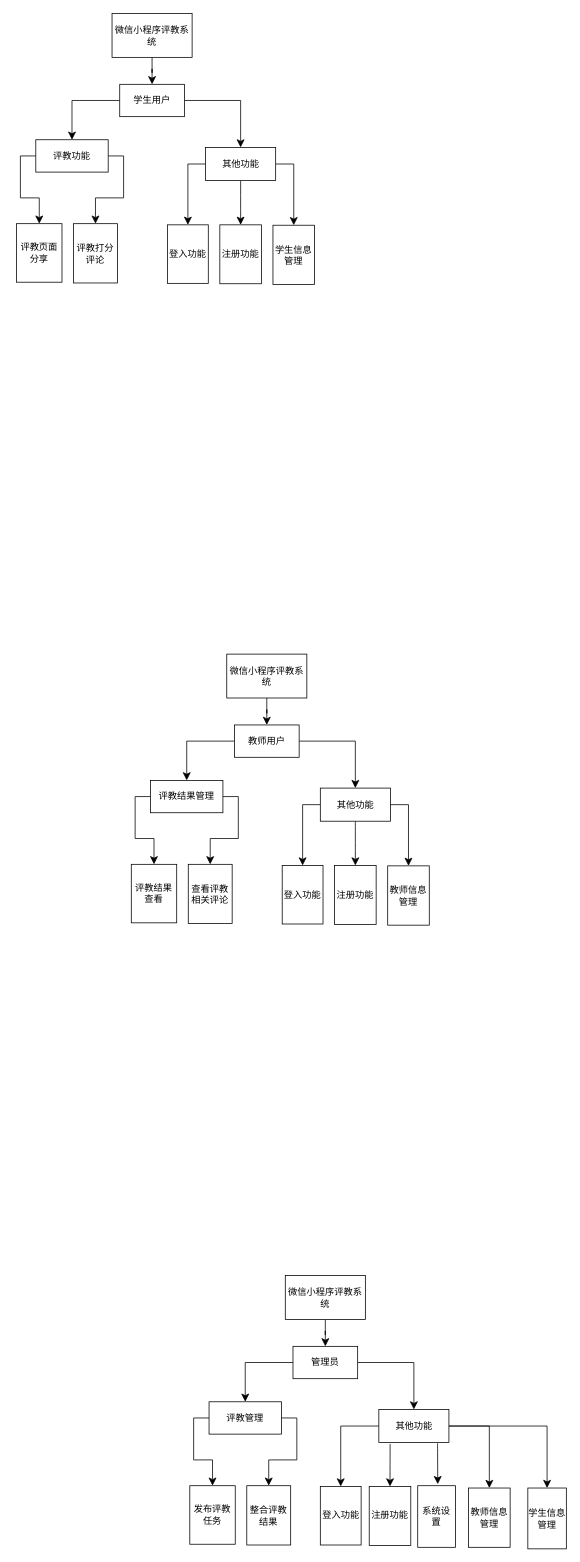
This is page "功能图" (6 of 7) of 未命名绘图.drawio from mao-user/2024code, a draw.io file, before an edit. Source tidied: cells renumbered, new cells numbered last; positions are measured from the earlier drawing's top-left corner, leaving out a move shared by most shapes. Both pictures are drawn from the tidied source at 77%, with x=0, y=0 at pixel (16, 13).
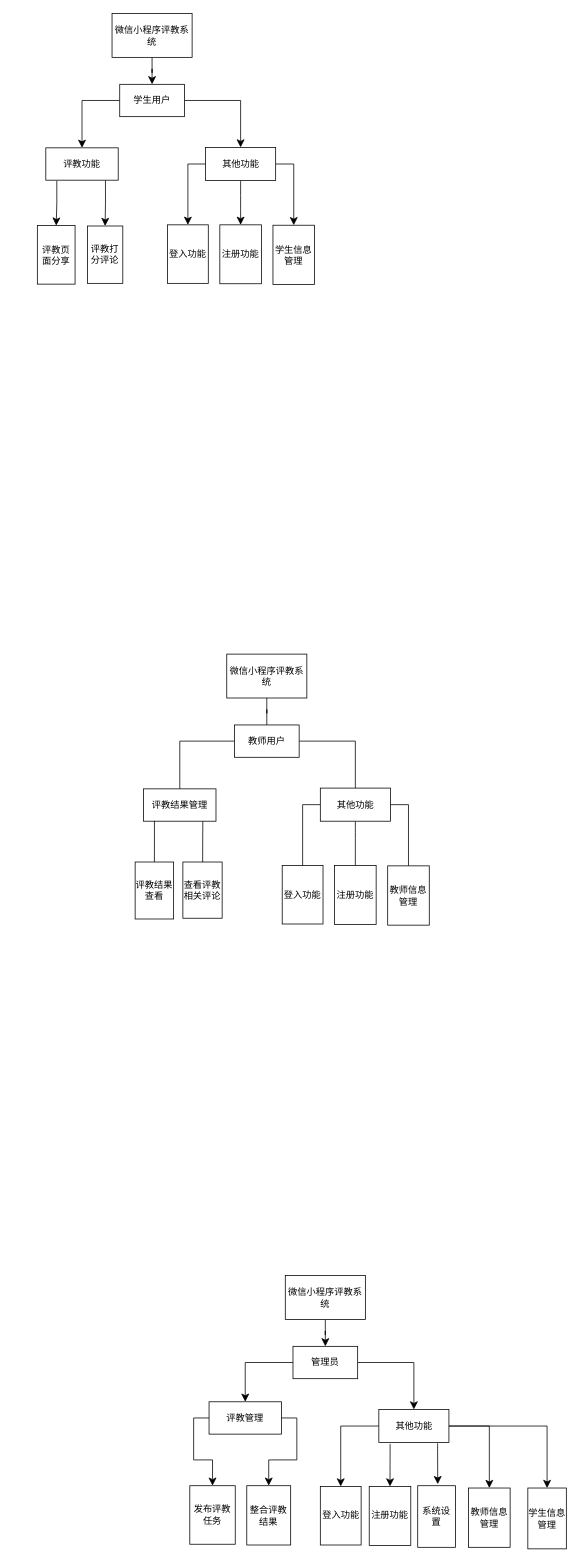
After the change.

Unchanged cells that the change refers to:
```xml
<mxCell id="20" value="微信小程序评教系统" style="rounded=0;whiteSpace=wrap;html=1;" parent="1" vertex="1">
  <mxGeometry x="273" y="832" width="104" height="57" as="geometry" />
</mxCell>
<mxCell id="23" value="教师用户" style="rounded=0;whiteSpace=wrap;html=1;" parent="1" vertex="1">
  <mxGeometry x="283" y="924" width="84" height="42" as="geometry" />
</mxCell>
<mxCell id="30" value="其他功能" style="rounded=0;whiteSpace=wrap;html=1;" parent="1" vertex="1">
  <mxGeometry x="394.5" y="1006" width="91" height="43" as="geometry" />
</mxCell>
<mxCell id="33" value="登入功能" style="rounded=0;whiteSpace=wrap;html=1;" parent="1" vertex="1">
  <mxGeometry x="345" y="1106.5" width="53" height="76" as="geometry" />
</mxCell>
<mxCell id="34" value="注册功能" style="rounded=0;whiteSpace=wrap;html=1;" parent="1" vertex="1">
  <mxGeometry x="413" y="1106.5" width="54" height="76.5" as="geometry" />
</mxCell>
<mxCell id="35" value="教师信息管理" style="rounded=0;whiteSpace=wrap;html=1;" parent="1" vertex="1">
  <mxGeometry x="482" y="1107" width="54" height="77" as="geometry" />
</mxCell>
```

What changed in the source:
```diff
@@
-    <mxCell id="7" style="edgeStyle=orthogonalEdgeStyle;rounded=0;jettySize=auto;html=1;exitX=0;exitY=0.5;exitDx=0;exitDy=0;entryX=0.5;entryY=0;entryDx=0;entryDy=0;fontSize=12;startSize=8;endSize=8;" parent="1" edge="1" source="9" target="14">
+    <mxCell id="7" style="edgeStyle=orthogonalEdgeStyle;rounded=0;jettySize=auto;html=1;exitX=0.152;exitY=1.016;exitDx=0;exitDy=0;entryX=0.5;entryY=0;entryDx=0;entryDy=0;fontSize=12;startSize=8;endSize=8;exitPerimeter=0;" parent="1" edge="1" source="9" target="14">
       <mxGeometry relative="1" as="geometry" />
     </mxCell>
-    <mxCell id="8" style="edgeStyle=orthogonalEdgeStyle;rounded=0;jettySize=auto;html=1;exitX=1;exitY=0.5;exitDx=0;exitDy=0;entryX=0.5;entryY=0;entryDx=0;entryDy=0;fontSize=12;startSize=8;endSize=8;" parent="1" edge="1" source="9" target="15">
+    <mxCell id="8" style="edgeStyle=orthogonalEdgeStyle;rounded=0;jettySize=auto;html=1;exitX=0.824;exitY=1;exitDx=0;exitDy=0;entryX=0.5;entryY=0;entryDx=0;entryDy=0;fontSize=12;startSize=8;endSize=8;exitPerimeter=0;" parent="1" edge="1" source="9" target="15">
       <mxGeometry relative="1" as="geometry" />
     </mxCell>
     <mxCell id="9" value="评教功能" style="rounded=0;whiteSpace=wrap;html=1;" parent="1" vertex="1">
-      <mxGeometry x="25" y="164" width="94" height="42" as="geometry" />
+      <mxGeometry x="38" y="174.5" width="94" height="42" as="geometry" />
     </mxCell>
@@
     <mxCell id="14" value="评教页面分享" style="rounded=0;whiteSpace=wrap;html=1;" parent="1" vertex="1">
-      <mxGeometry y="273" width="59" height="76" as="geometry" />
+      <mxGeometry x="27" y="275.5" width="49" height="76" as="geometry" />
     </mxCell>
     <mxCell id="15" value="评教打分评论" style="rounded=0;whiteSpace=wrap;html=1;" parent="1" vertex="1">
-      <mxGeometry x="74" y="273" width="57" height="77" as="geometry" />
+      <mxGeometry x="92" y="276" width="46" height="74.5" as="geometry" />
     </mxCell>
@@
-    <mxCell id="19" style="edgeStyle=orthogonalEdgeStyle;rounded=0;jettySize=auto;html=1;fontSize=12;startSize=8;endSize=8;" parent="1" edge="1" source="20" target="23">
+    <mxCell id="19" style="edgeStyle=orthogonalEdgeStyle;rounded=0;jettySize=auto;html=1;fontSize=12;startSize=8;endSize=8;endArrow=none;endFill=1;startFill=0;" parent="1" edge="1" source="20" target="23">
       <mxGeometry relative="1" as="geometry" />
     </mxCell>
@@
-    <mxCell id="21" style="edgeStyle=orthogonalEdgeStyle;rounded=0;jettySize=auto;html=1;entryX=0.5;entryY=0;entryDx=0;entryDy=0;fontSize=12;startSize=8;endSize=8;" parent="1" edge="1" source="23" target="26">
+    <mxCell id="21" style="edgeStyle=orthogonalEdgeStyle;rounded=0;jettySize=auto;html=1;entryX=0.5;entryY=0;entryDx=0;entryDy=0;fontSize=12;startSize=8;endSize=8;endArrow=none;startFill=0;" parent="1" edge="1" source="23" target="26">
       <mxGeometry relative="1" as="geometry" />
     </mxCell>
-    <mxCell id="22" style="edgeStyle=orthogonalEdgeStyle;rounded=0;jettySize=auto;html=1;entryX=0.5;entryY=0;entryDx=0;entryDy=0;fontSize=12;startSize=8;endSize=8;exitX=1;exitY=0.5;exitDx=0;exitDy=0;" parent="1" edge="1" source="23" target="30">
+    <mxCell id="22" style="edgeStyle=orthogonalEdgeStyle;rounded=0;jettySize=auto;html=1;entryX=0.5;entryY=0;entryDx=0;entryDy=0;fontSize=12;startSize=8;endSize=8;exitX=1;exitY=0.5;exitDx=0;exitDy=0;endArrow=none;startFill=0;" parent="1" edge="1" source="23" target="30">
       <mxGeometry relative="1" as="geometry" />
     </mxCell>
@@
-    <mxCell id="24" style="edgeStyle=orthogonalEdgeStyle;rounded=0;jettySize=auto;html=1;exitX=0;exitY=0.5;exitDx=0;exitDy=0;entryX=0.5;entryY=0;entryDx=0;entryDy=0;fontSize=12;startSize=8;endSize=8;" parent="1" edge="1" source="26" target="31">
-      <mxGeometry relative="1" as="geometry" />
-    </mxCell>
-    <mxCell id="25" style="edgeStyle=orthogonalEdgeStyle;rounded=0;jettySize=auto;html=1;exitX=1;exitY=0.5;exitDx=0;exitDy=0;entryX=0.5;entryY=0;entryDx=0;entryDy=0;fontSize=12;startSize=8;endSize=8;" parent="1" edge="1" source="26" target="32">
-      <mxGeometry relative="1" as="geometry" />
-    </mxCell>
     <mxCell id="26" value="评教结果管理" style="rounded=0;whiteSpace=wrap;html=1;" parent="1" vertex="1">
-      <mxGeometry x="174" y="996" width="94" height="42" as="geometry" />
+      <mxGeometry x="165" y="1007" width="94" height="42" as="geometry" />
     </mxCell>
-    <mxCell id="27" style="edgeStyle=orthogonalEdgeStyle;rounded=0;jettySize=auto;html=1;exitX=0;exitY=0.5;exitDx=0;exitDy=0;entryX=0.5;entryY=0;entryDx=0;entryDy=0;fontSize=12;startSize=8;endSize=8;" parent="1" edge="1" source="30" target="33">
+    <mxCell id="27" style="edgeStyle=orthogonalEdgeStyle;rounded=0;jettySize=auto;html=1;exitX=0;exitY=0.5;exitDx=0;exitDy=0;entryX=0.5;entryY=0;entryDx=0;entryDy=0;fontSize=12;startSize=8;endSize=8;endArrow=none;startFill=0;" parent="1" edge="1" source="30" target="33">
       <mxGeometry relative="1" as="geometry" />
     </mxCell>
-    <mxCell id="28" style="edgeStyle=none;curved=1;rounded=0;jettySize=auto;html=1;exitX=0.5;exitY=1;exitDx=0;exitDy=0;entryX=0.5;entryY=0;entryDx=0;entryDy=0;fontSize=12;startSize=8;endSize=8;" parent="1" edge="1" source="30" target="34">
+    <mxCell id="28" style="edgeStyle=none;curved=1;rounded=0;jettySize=auto;html=1;exitX=0.5;exitY=1;exitDx=0;exitDy=0;entryX=0.5;entryY=0;entryDx=0;entryDy=0;fontSize=12;startSize=8;endSize=8;endArrow=none;startFill=0;" parent="1" edge="1" source="30" target="34">
       <mxGeometry relative="1" as="geometry" />
     </mxCell>
-    <mxCell id="29" style="edgeStyle=orthogonalEdgeStyle;rounded=0;jettySize=auto;html=1;exitX=1;exitY=0.5;exitDx=0;exitDy=0;entryX=0.5;entryY=0;entryDx=0;entryDy=0;fontSize=12;startSize=8;endSize=8;" parent="1" edge="1" source="30" target="35">
+    <mxCell id="29" style="edgeStyle=orthogonalEdgeStyle;rounded=0;jettySize=auto;html=1;exitX=1;exitY=0.5;exitDx=0;exitDy=0;entryX=0.5;entryY=0;entryDx=0;entryDy=0;fontSize=12;startSize=8;endSize=8;endArrow=none;startFill=0;" parent="1" edge="1" source="30" target="35">
       <mxGeometry relative="1" as="geometry" />
     </mxCell>
@@
     <mxCell id="31" value="评教结果查看" style="rounded=0;whiteSpace=wrap;html=1;" parent="1" vertex="1">
-      <mxGeometry x="149" y="1105" width="59" height="76" as="geometry" />
+      <mxGeometry x="154" y="1102" width="50" height="74" as="geometry" />
     </mxCell>
     <mxCell id="32" value="查看评教相关评论" style="rounded=0;whiteSpace=wrap;html=1;" parent="1" vertex="1">
-      <mxGeometry x="223" y="1105" width="57" height="77" as="geometry" />
+      <mxGeometry x="216" y="1102" width="51" height="73" as="geometry" />
     </mxCell>
@@
+    <mxCell id="58" style="edgeStyle=none;rounded=0;jettySize=auto;html=1;entryX=0.15;entryY=0.989;entryDx=0;entryDy=0;entryPerimeter=0;endArrow=none;startFill=0;" parent="1" edge="1" source="31" target="26">
+      <mxGeometry relative="1" as="geometry" />
+    </mxCell>
+    <mxCell id="59" style="edgeStyle=none;rounded=0;jettySize=auto;html=1;entryX=0.818;entryY=1.002;entryDx=0;entryDy=0;entryPerimeter=0;endArrow=none;startFill=0;" parent="1" edge="1" source="32" target="26">
+      <mxGeometry relative="1" as="geometry" />
+    </mxCell>
```
